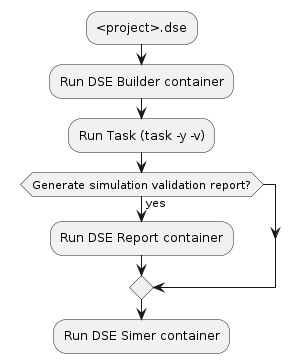
Before: doc/content/docs/devel/sdp/builder/simulation_flow_diagram.png, a diagram exported from PlantUML (boschglobal/dse.sdp).
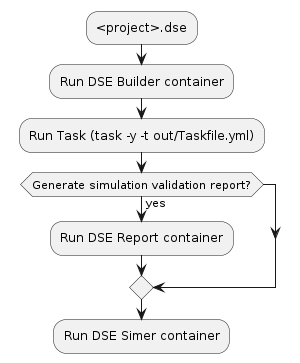
Above is the later version.

Change to the diagram source:
```diff
@@ -1,7 +1,7 @@
 @startuml simulation_flow_diagram
 :<project>.dse;
 :Run DSE Builder container;
-:Run Task (task -y -v);
+:Run Task (task -y -t out/Taskfile.yml);
 if (Generate simulation validation report?) then (yes)
   :Run DSE Report container;
 endif
```
